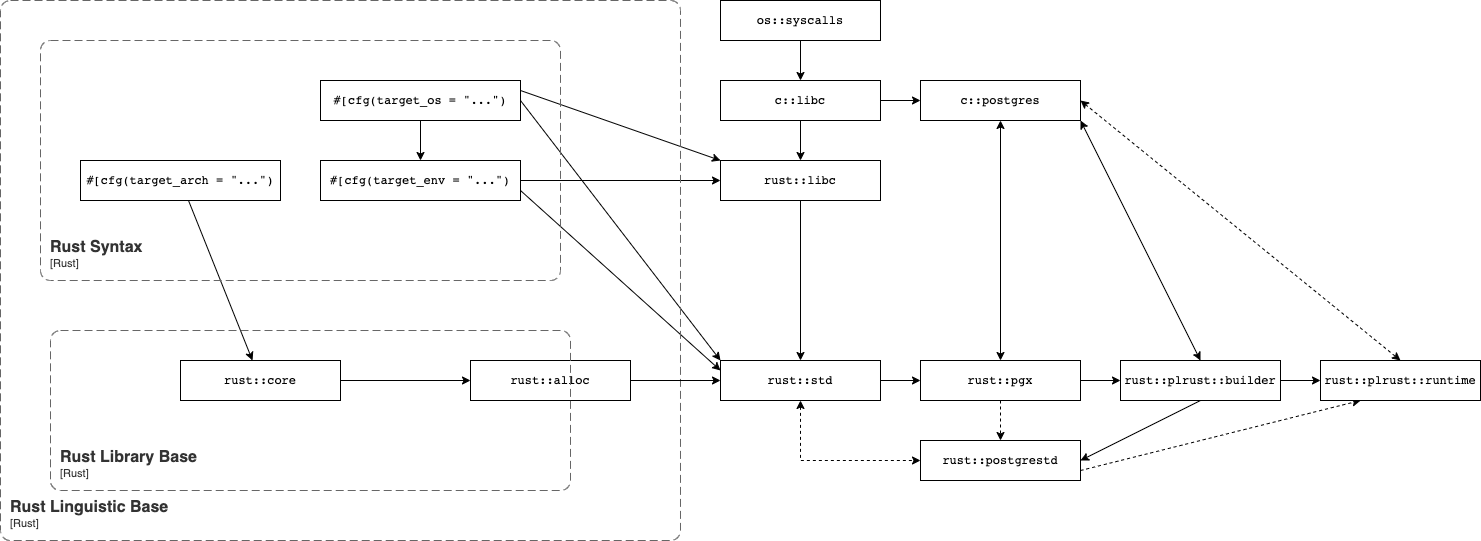
The draw.io diagram doc/assets/architecture_1.png in tcdi/plrust, before a commit. Source tidied: cells renumbered, new cells last; positions are measured from the earlier drawing's top-left corner, leaving out a move shared by most shapes. Source of this version:
```xml
<mxGraphModel>
  <root>
    <mxCell id="0" />
    <mxCell id="1" parent="0" />
    <mxCell id="2" style="rounded=0;jettySize=auto;html=1;" parent="1" edge="1" source="3" target="14">
      <mxGeometry relative="1" as="geometry" />
    </mxCell>
    <mxCell id="3" value="&lt;pre&gt;#[cfg(target_arch = &quot;...&quot;)&lt;/pre&gt;" style="rounded=0;whiteSpace=wrap;html=1;" parent="1" vertex="1">
      <mxGeometry x="80" y="160" width="200" height="40" as="geometry" />
    </mxCell>
    <mxCell id="4" style="edgeStyle=orthogonalEdgeStyle;rounded=0;jettySize=auto;html=1;" parent="1" edge="1" source="7" target="10">
      <mxGeometry relative="1" as="geometry" />
    </mxCell>
    <mxCell id="5" style="rounded=0;jettySize=auto;html=1;exitX=1;exitY=0.25;exitDx=0;exitDy=0;entryX=0;entryY=0;entryDx=0;entryDy=0;" parent="1" edge="1" source="7" target="23">
      <mxGeometry relative="1" as="geometry" />
    </mxCell>
    <mxCell id="6" style="edgeStyle=none;rounded=0;jettySize=auto;html=1;entryX=0;entryY=0;entryDx=0;entryDy=0;exitX=1;exitY=0.5;exitDx=0;exitDy=0;" parent="1" edge="1" source="7" target="26">
      <mxGeometry relative="1" as="geometry" />
    </mxCell>
    <mxCell id="7" value="&lt;pre&gt;#[cfg(target_os = &quot;...&quot;)&lt;/pre&gt;" style="rounded=0;whiteSpace=wrap;html=1;" parent="1" vertex="1">
      <mxGeometry x="320" y="80" width="200" height="40" as="geometry" />
    </mxCell>
    <mxCell id="8" style="edgeStyle=none;rounded=0;jettySize=auto;html=1;" parent="1" edge="1" source="10" target="23">
      <mxGeometry relative="1" as="geometry" />
    </mxCell>
    <mxCell id="9" style="edgeStyle=none;rounded=0;jettySize=auto;html=1;entryX=0;entryY=0.25;entryDx=0;entryDy=0;exitX=1;exitY=0.75;exitDx=0;exitDy=0;" parent="1" edge="1" source="10" target="26">
      <mxGeometry relative="1" as="geometry" />
    </mxCell>
    <mxCell id="10" value="&lt;pre&gt;#[cfg(target_env = &quot;...&quot;)&lt;/pre&gt;" style="rounded=0;whiteSpace=wrap;html=1;" parent="1" vertex="1">
      <mxGeometry x="320" y="160" width="200" height="40" as="geometry" />
    </mxCell>
    <object id="11" label="&lt;font style=&quot;font-size: 16px&quot;&gt;&lt;b&gt;&lt;div style=&quot;text-align: left&quot;&gt;%c4Name%&lt;/div&gt;&lt;/b&gt;&lt;/font&gt;&lt;div style=&quot;text-align: left&quot;&gt;[%c4Application%]&lt;/div&gt;" c4Application="Rust" c4Name="Rust Syntax" c4Type="ContainerScopeBoundary" placeholders="1">
      <mxCell style="rounded=1;fontSize=11;whiteSpace=wrap;html=1;dashed=1;arcSize=20;fillColor=none;strokeColor=#666666;fontColor=#333333;labelBackgroundColor=none;align=left;verticalAlign=bottom;labelBorderColor=none;spacingTop=0;spacing=10;dashPattern=8 4;perimeter=rectanglePerimeter;noLabel=0;labelPadding=0;absoluteArcSize=1;metaData={&quot;c4Type&quot;:{&quot;editable&quot;:false}};" parent="1" vertex="1">
        <mxGeometry x="40" y="40" width="520" height="240" as="geometry" />
      </mxCell>
    </object>
    <object id="12" label="&lt;font style=&quot;font-size: 16px&quot;&gt;&lt;b&gt;&lt;div style=&quot;text-align: left&quot;&gt;%c4Name%&lt;/div&gt;&lt;/b&gt;&lt;/font&gt;&lt;div style=&quot;text-align: left&quot;&gt;[%c4Application%]&lt;/div&gt;" c4Application="Rust" c4Name="Rust Linguistic Base" c4Type="ContainerScopeBoundary" placeholders="1">
      <mxCell style="rounded=1;fontSize=11;whiteSpace=wrap;html=1;dashed=1;arcSize=20;fillColor=none;strokeColor=#666666;fontColor=#333333;labelBackgroundColor=none;align=left;verticalAlign=bottom;labelBorderColor=none;spacingTop=0;spacing=10;dashPattern=8 4;perimeter=rectanglePerimeter;noLabel=0;labelPadding=0;absoluteArcSize=1;metaData={&quot;c4Type&quot;:{&quot;editable&quot;:false}};" parent="1" vertex="1">
        <mxGeometry width="680" height="540" as="geometry" />
      </mxCell>
    </object>
    <mxCell id="13" style="edgeStyle=orthogonalEdgeStyle;rounded=0;jettySize=auto;html=1;" parent="1" edge="1" source="14" target="16">
      <mxGeometry relative="1" as="geometry" />
    </mxCell>
    <mxCell id="14" value="&lt;pre&gt;rust::core&lt;/pre&gt;" style="rounded=0;whiteSpace=wrap;html=1;" parent="1" vertex="1">
      <mxGeometry x="180" y="360" width="160" height="40" as="geometry" />
    </mxCell>
    <mxCell id="15" style="edgeStyle=none;rounded=0;jettySize=auto;html=1;" parent="1" edge="1" source="16" target="26">
      <mxGeometry relative="1" as="geometry" />
    </mxCell>
    <mxCell id="16" value="&lt;pre&gt;rust::alloc&lt;/pre&gt;" style="rounded=0;whiteSpace=wrap;html=1;" parent="1" vertex="1">
      <mxGeometry x="470" y="360" width="160" height="40" as="geometry" />
    </mxCell>
    <mxCell id="17" style="edgeStyle=orthogonalEdgeStyle;rounded=0;jettySize=auto;html=1;" parent="1" edge="1" source="18" target="21">
      <mxGeometry relative="1" as="geometry" />
    </mxCell>
    <mxCell id="18" value="&lt;pre&gt;os::syscalls&lt;/pre&gt;" style="rounded=0;whiteSpace=wrap;html=1;" parent="1" vertex="1">
      <mxGeometry x="720" width="160" height="40" as="geometry" />
    </mxCell>
    <mxCell id="19" style="edgeStyle=orthogonalEdgeStyle;rounded=0;jettySize=auto;html=1;" parent="1" edge="1" source="21" target="23">
      <mxGeometry relative="1" as="geometry" />
    </mxCell>
    <mxCell id="20" style="edgeStyle=none;rounded=0;jettySize=auto;html=1;" parent="1" edge="1" source="21" target="30">
      <mxGeometry relative="1" as="geometry" />
    </mxCell>
    <mxCell id="21" value="&lt;pre&gt;c::libc&lt;/pre&gt;" style="rounded=0;whiteSpace=wrap;html=1;" parent="1" vertex="1">
      <mxGeometry x="720" y="80" width="160" height="40" as="geometry" />
    </mxCell>
    <mxCell id="22" style="edgeStyle=none;rounded=0;jettySize=auto;html=1;" parent="1" edge="1" source="23" target="26">
      <mxGeometry relative="1" as="geometry" />
    </mxCell>
    <mxCell id="23" value="&lt;pre&gt;rust::libc&lt;/pre&gt;" style="rounded=0;whiteSpace=wrap;html=1;" parent="1" vertex="1">
      <mxGeometry x="720" y="160" width="160" height="40" as="geometry" />
    </mxCell>
    <mxCell id="24" style="edgeStyle=none;rounded=0;jettySize=auto;html=1;" parent="1" edge="1" source="26" target="33">
      <mxGeometry relative="1" as="geometry" />
    </mxCell>
    <mxCell id="25" style="edgeStyle=orthogonalEdgeStyle;rounded=0;jettySize=auto;html=1;exitX=0.5;exitY=1;exitDx=0;exitDy=0;entryX=0;entryY=0.5;entryDx=0;entryDy=0;startArrow=classic;startFill=1;dashed=1;" parent="1" edge="1" source="26" target="35">
      <mxGeometry relative="1" as="geometry" />
    </mxCell>
    <mxCell id="26" value="&lt;pre&gt;rust::std&lt;/pre&gt;" style="rounded=0;whiteSpace=wrap;html=1;" parent="1" vertex="1">
      <mxGeometry x="720" y="360" width="160" height="40" as="geometry" />
    </mxCell>
    <mxCell id="27" style="edgeStyle=none;rounded=0;jettySize=auto;html=1;startArrow=classic;startFill=1;" parent="1" edge="1" source="30" target="33">
      <mxGeometry relative="1" as="geometry" />
    </mxCell>
    <mxCell id="28" style="rounded=0;jettySize=auto;html=1;entryX=0.5;entryY=0;entryDx=0;entryDy=0;startArrow=classic;startFill=1;exitX=1;exitY=1;exitDx=0;exitDy=0;" parent="1" edge="1" source="30" target="38">
      <mxGeometry relative="1" as="geometry" />
    </mxCell>
    <mxCell id="29" style="rounded=0;jettySize=auto;html=1;entryX=0.5;entryY=0;entryDx=0;entryDy=0;startArrow=classic;startFill=1;exitX=1;exitY=0.5;exitDx=0;exitDy=0;dashed=1;" parent="1" edge="1" source="30" target="39">
      <mxGeometry relative="1" as="geometry" />
    </mxCell>
    <mxCell id="30" value="&lt;pre&gt;c::postgres&lt;/pre&gt;" style="rounded=0;whiteSpace=wrap;html=1;" parent="1" vertex="1">
      <mxGeometry x="920" y="80" width="160" height="40" as="geometry" />
    </mxCell>
    <mxCell id="31" style="edgeStyle=orthogonalEdgeStyle;rounded=0;jettySize=auto;html=1;dashed=1;exitX=0.5;exitY=1;exitDx=0;exitDy=0;entryX=0.5;entryY=0;entryDx=0;entryDy=0;" parent="1" edge="1" source="33" target="35">
      <mxGeometry relative="1" as="geometry" />
    </mxCell>
    <mxCell id="32" style="edgeStyle=none;rounded=0;jettySize=auto;html=1;startArrow=none;startFill=0;" parent="1" edge="1" source="33" target="38">
      <mxGeometry relative="1" as="geometry" />
    </mxCell>
    <mxCell id="33" value="&lt;pre&gt;rust::pgx&lt;/pre&gt;" style="rounded=0;whiteSpace=wrap;html=1;" parent="1" vertex="1">
      <mxGeometry x="920" y="360" width="160" height="40" as="geometry" />
    </mxCell>
    <mxCell id="34" style="rounded=0;jettySize=auto;html=1;entryX=0.25;entryY=1;entryDx=0;entryDy=0;dashed=1;startArrow=none;startFill=0;exitX=1;exitY=0.75;exitDx=0;exitDy=0;" parent="1" edge="1" source="35" target="39">
      <mxGeometry relative="1" as="geometry" />
    </mxCell>
    <mxCell id="35" value="&lt;pre&gt;rust::postgrestd&lt;/pre&gt;" style="rounded=0;whiteSpace=wrap;html=1;" parent="1" vertex="1">
      <mxGeometry x="920" y="440" width="160" height="40" as="geometry" />
    </mxCell>
    <mxCell id="36" style="edgeStyle=none;rounded=0;jettySize=auto;html=1;entryX=1;entryY=0.5;entryDx=0;entryDy=0;startArrow=none;startFill=0;exitX=0.5;exitY=1;exitDx=0;exitDy=0;" parent="1" edge="1" source="38" target="35">
      <mxGeometry relative="1" as="geometry" />
    </mxCell>
    <mxCell id="37" style="edgeStyle=none;rounded=0;jettySize=auto;html=1;startArrow=none;startFill=0;" parent="1" edge="1" source="38" target="39">
      <mxGeometry relative="1" as="geometry" />
    </mxCell>
    <mxCell id="38" value="&lt;pre&gt;rust::plrust::builder&lt;/pre&gt;" style="rounded=0;whiteSpace=wrap;html=1;" parent="1" vertex="1">
      <mxGeometry x="1120" y="360" width="160" height="40" as="geometry" />
    </mxCell>
    <mxCell id="39" value="&lt;pre&gt;rust::plrust::runtime&lt;/pre&gt;" style="rounded=0;whiteSpace=wrap;html=1;" parent="1" vertex="1">
      <mxGeometry x="1320" y="360" width="160" height="40" as="geometry" />
    </mxCell>
    <object id="40" label="&lt;font style=&quot;font-size: 16px&quot;&gt;&lt;b&gt;&lt;div style=&quot;text-align: left&quot;&gt;%c4Name%&lt;/div&gt;&lt;/b&gt;&lt;/font&gt;&lt;div style=&quot;text-align: left&quot;&gt;[%c4Application%]&lt;/div&gt;" c4Application="Rust" c4Name="Rust Library Base" c4Type="ContainerScopeBoundary" placeholders="1">
      <mxCell style="rounded=1;fontSize=11;whiteSpace=wrap;html=1;dashed=1;arcSize=20;fillColor=none;strokeColor=#666666;fontColor=#333333;labelBackgroundColor=none;align=left;verticalAlign=bottom;labelBorderColor=none;spacingTop=0;spacing=10;dashPattern=8 4;perimeter=rectanglePerimeter;noLabel=0;labelPadding=0;absoluteArcSize=1;metaData={&quot;c4Type&quot;:{&quot;editable&quot;:false}};" parent="1" vertex="1">
        <mxGeometry x="50" y="330" width="520" height="160" as="geometry" />
      </mxCell>
    </object>
  </root>
</mxGraphModel>
```
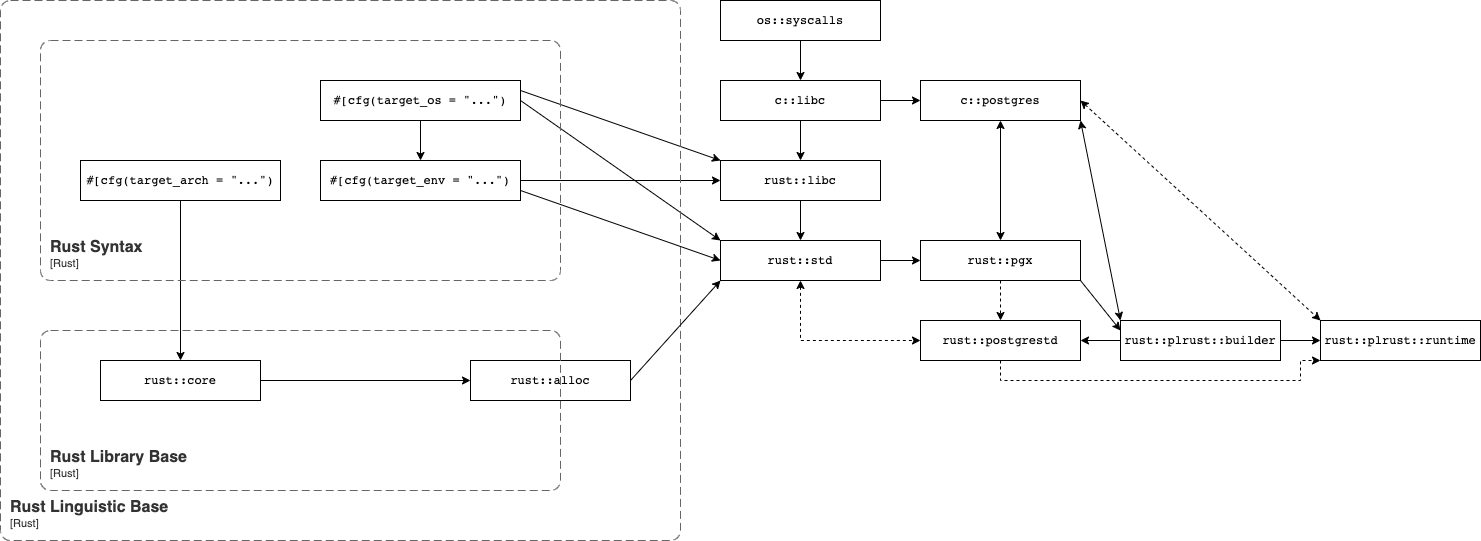
Above is the later version.

Diff of the diagram source:
```diff
@@ -23,7 +23,7 @@
     <mxCell id="8" style="edgeStyle=none;rounded=0;jettySize=auto;html=1;" parent="1" edge="1" source="10" target="23">
       <mxGeometry relative="1" as="geometry" />
     </mxCell>
-    <mxCell id="9" style="edgeStyle=none;rounded=0;jettySize=auto;html=1;entryX=0;entryY=0.25;entryDx=0;entryDy=0;exitX=1;exitY=0.75;exitDx=0;exitDy=0;" parent="1" edge="1" source="10" target="26">
+    <mxCell id="9" style="edgeStyle=none;rounded=0;jettySize=auto;html=1;entryX=0;entryY=0.5;entryDx=0;entryDy=0;exitX=1;exitY=0.75;exitDx=0;exitDy=0;" parent="1" edge="1" source="10" target="26">
       <mxGeometry relative="1" as="geometry" />
     </mxCell>
     <mxCell id="10" value="&lt;pre&gt;#[cfg(target_env = &quot;...&quot;)&lt;/pre&gt;" style="rounded=0;whiteSpace=wrap;html=1;" parent="1" vertex="1">
@@ -43,9 +43,9 @@
       <mxGeometry relative="1" as="geometry" />
     </mxCell>
     <mxCell id="14" value="&lt;pre&gt;rust::core&lt;/pre&gt;" style="rounded=0;whiteSpace=wrap;html=1;" parent="1" vertex="1">
-      <mxGeometry x="180" y="360" width="160" height="40" as="geometry" />
+      <mxGeometry x="100" y="360" width="160" height="40" as="geometry" />
     </mxCell>
-    <mxCell id="15" style="edgeStyle=none;rounded=0;jettySize=auto;html=1;" parent="1" edge="1" source="16" target="26">
+    <mxCell id="15" style="edgeStyle=none;rounded=0;jettySize=auto;html=1;entryX=0;entryY=1;entryDx=0;entryDy=0;exitX=1;exitY=0.5;exitDx=0;exitDy=0;" parent="1" edge="1" source="16" target="26">
       <mxGeometry relative="1" as="geometry" />
     </mxCell>
     <mxCell id="16" value="&lt;pre&gt;rust::alloc&lt;/pre&gt;" style="rounded=0;whiteSpace=wrap;html=1;" parent="1" vertex="1">
@@ -72,57 +72,63 @@
     <mxCell id="23" value="&lt;pre&gt;rust::libc&lt;/pre&gt;" style="rounded=0;whiteSpace=wrap;html=1;" parent="1" vertex="1">
       <mxGeometry x="720" y="160" width="160" height="40" as="geometry" />
     </mxCell>
-    <mxCell id="24" style="edgeStyle=none;rounded=0;jettySize=auto;html=1;" parent="1" edge="1" source="26" target="33">
+    <mxCell id="24" style="rounded=0;jettySize=auto;html=1;exitX=1;exitY=0.5;exitDx=0;exitDy=0;entryX=0;entryY=0.5;entryDx=0;entryDy=0;" parent="1" edge="1" source="26" target="33">
       <mxGeometry relative="1" as="geometry" />
     </mxCell>
     <mxCell id="25" style="edgeStyle=orthogonalEdgeStyle;rounded=0;jettySize=auto;html=1;exitX=0.5;exitY=1;exitDx=0;exitDy=0;entryX=0;entryY=0.5;entryDx=0;entryDy=0;startArrow=classic;startFill=1;dashed=1;" parent="1" edge="1" source="26" target="35">
       <mxGeometry relative="1" as="geometry" />
     </mxCell>
     <mxCell id="26" value="&lt;pre&gt;rust::std&lt;/pre&gt;" style="rounded=0;whiteSpace=wrap;html=1;" parent="1" vertex="1">
-      <mxGeometry x="720" y="360" width="160" height="40" as="geometry" />
+      <mxGeometry x="720" y="240" width="160" height="40" as="geometry" />
     </mxCell>
     <mxCell id="27" style="edgeStyle=none;rounded=0;jettySize=auto;html=1;startArrow=classic;startFill=1;" parent="1" edge="1" source="30" target="33">
       <mxGeometry relative="1" as="geometry" />
     </mxCell>
-    <mxCell id="28" style="rounded=0;jettySize=auto;html=1;entryX=0.5;entryY=0;entryDx=0;entryDy=0;startArrow=classic;startFill=1;exitX=1;exitY=1;exitDx=0;exitDy=0;" parent="1" edge="1" source="30" target="38">
+    <mxCell id="28" style="rounded=0;jettySize=auto;html=1;entryX=0;entryY=0;entryDx=0;entryDy=0;startArrow=classic;startFill=1;exitX=1;exitY=1;exitDx=0;exitDy=0;" parent="1" edge="1" source="30" target="38">
       <mxGeometry relative="1" as="geometry" />
     </mxCell>
-    <mxCell id="29" style="rounded=0;jettySize=auto;html=1;entryX=0.5;entryY=0;entryDx=0;entryDy=0;startArrow=classic;startFill=1;exitX=1;exitY=0.5;exitDx=0;exitDy=0;dashed=1;" parent="1" edge="1" source="30" target="39">
+    <mxCell id="29" style="rounded=0;jettySize=auto;html=1;entryX=0;entryY=0;entryDx=0;entryDy=0;startArrow=classic;startFill=1;exitX=1;exitY=0.5;exitDx=0;exitDy=0;dashed=1;" parent="1" edge="1" source="30" target="39">
       <mxGeometry relative="1" as="geometry" />
     </mxCell>
     <mxCell id="30" value="&lt;pre&gt;c::postgres&lt;/pre&gt;" style="rounded=0;whiteSpace=wrap;html=1;" parent="1" vertex="1">
       <mxGeometry x="920" y="80" width="160" height="40" as="geometry" />
     </mxCell>
-    <mxCell id="31" style="edgeStyle=orthogonalEdgeStyle;rounded=0;jettySize=auto;html=1;dashed=1;exitX=0.5;exitY=1;exitDx=0;exitDy=0;entryX=0.5;entryY=0;entryDx=0;entryDy=0;" parent="1" edge="1" source="33" target="35">
+    <mxCell id="31" style="rounded=0;jettySize=auto;html=1;dashed=1;exitX=0.5;exitY=1;exitDx=0;exitDy=0;entryX=0.5;entryY=0;entryDx=0;entryDy=0;" parent="1" edge="1" source="33" target="35">
       <mxGeometry relative="1" as="geometry" />
     </mxCell>
-    <mxCell id="32" style="edgeStyle=none;rounded=0;jettySize=auto;html=1;startArrow=none;startFill=0;" parent="1" edge="1" source="33" target="38">
+    <mxCell id="32" style="edgeStyle=none;rounded=0;jettySize=auto;html=1;startArrow=none;startFill=0;entryX=0;entryY=0.25;entryDx=0;entryDy=0;exitX=1;exitY=1;exitDx=0;exitDy=0;" parent="1" edge="1" source="33" target="38">
       <mxGeometry relative="1" as="geometry" />
     </mxCell>
     <mxCell id="33" value="&lt;pre&gt;rust::pgx&lt;/pre&gt;" style="rounded=0;whiteSpace=wrap;html=1;" parent="1" vertex="1">
-      <mxGeometry x="920" y="360" width="160" height="40" as="geometry" />
+      <mxGeometry x="920" y="240" width="160" height="40" as="geometry" />
     </mxCell>
-    <mxCell id="34" style="rounded=0;jettySize=auto;html=1;entryX=0.25;entryY=1;entryDx=0;entryDy=0;dashed=1;startArrow=none;startFill=0;exitX=1;exitY=0.75;exitDx=0;exitDy=0;" parent="1" edge="1" source="35" target="39">
-      <mxGeometry relative="1" as="geometry" />
+    <mxCell id="34" style="rounded=0;jettySize=auto;html=1;entryX=0;entryY=1;entryDx=0;entryDy=0;dashed=1;startArrow=none;startFill=0;exitX=0.5;exitY=1;exitDx=0;exitDy=0;edgeStyle=orthogonalEdgeStyle;" parent="1" edge="1" source="35" target="39">
+      <mxGeometry relative="1" as="geometry">
+        <Array as="points">
+          <mxPoint x="1000" y="380" />
+          <mxPoint x="1300" y="380" />
+          <mxPoint x="1300" y="360" />
+        </Array>
+      </mxGeometry>
     </mxCell>
     <mxCell id="35" value="&lt;pre&gt;rust::postgrestd&lt;/pre&gt;" style="rounded=0;whiteSpace=wrap;html=1;" parent="1" vertex="1">
-      <mxGeometry x="920" y="440" width="160" height="40" as="geometry" />
+      <mxGeometry x="920" y="320" width="160" height="40" as="geometry" />
     </mxCell>
-    <mxCell id="36" style="edgeStyle=none;rounded=0;jettySize=auto;html=1;entryX=1;entryY=0.5;entryDx=0;entryDy=0;startArrow=none;startFill=0;exitX=0.5;exitY=1;exitDx=0;exitDy=0;" parent="1" edge="1" source="38" target="35">
+    <mxCell id="36" style="edgeStyle=none;rounded=0;jettySize=auto;html=1;entryX=1;entryY=0.5;entryDx=0;entryDy=0;startArrow=none;startFill=0;exitX=0;exitY=0.5;exitDx=0;exitDy=0;" parent="1" edge="1" source="38" target="35">
       <mxGeometry relative="1" as="geometry" />
     </mxCell>
-    <mxCell id="37" style="edgeStyle=none;rounded=0;jettySize=auto;html=1;startArrow=none;startFill=0;" parent="1" edge="1" source="38" target="39">
+    <mxCell id="37" style="edgeStyle=none;rounded=0;jettySize=auto;html=1;startArrow=none;startFill=0;exitX=1;exitY=0.5;exitDx=0;exitDy=0;" parent="1" edge="1" source="38" target="39">
       <mxGeometry relative="1" as="geometry" />
     </mxCell>
     <mxCell id="38" value="&lt;pre&gt;rust::plrust::builder&lt;/pre&gt;" style="rounded=0;whiteSpace=wrap;html=1;" parent="1" vertex="1">
-      <mxGeometry x="1120" y="360" width="160" height="40" as="geometry" />
+      <mxGeometry x="1120" y="320" width="160" height="40" as="geometry" />
     </mxCell>
     <mxCell id="39" value="&lt;pre&gt;rust::plrust::runtime&lt;/pre&gt;" style="rounded=0;whiteSpace=wrap;html=1;" parent="1" vertex="1">
-      <mxGeometry x="1320" y="360" width="160" height="40" as="geometry" />
+      <mxGeometry x="1320" y="320" width="160" height="40" as="geometry" />
     </mxCell>
     <object id="40" label="&lt;font style=&quot;font-size: 16px&quot;&gt;&lt;b&gt;&lt;div style=&quot;text-align: left&quot;&gt;%c4Name%&lt;/div&gt;&lt;/b&gt;&lt;/font&gt;&lt;div style=&quot;text-align: left&quot;&gt;[%c4Application%]&lt;/div&gt;" c4Application="Rust" c4Name="Rust Library Base" c4Type="ContainerScopeBoundary" placeholders="1">
       <mxCell style="rounded=1;fontSize=11;whiteSpace=wrap;html=1;dashed=1;arcSize=20;fillColor=none;strokeColor=#666666;fontColor=#333333;labelBackgroundColor=none;align=left;verticalAlign=bottom;labelBorderColor=none;spacingTop=0;spacing=10;dashPattern=8 4;perimeter=rectanglePerimeter;noLabel=0;labelPadding=0;absoluteArcSize=1;metaData={&quot;c4Type&quot;:{&quot;editable&quot;:false}};" parent="1" vertex="1">
-        <mxGeometry x="50" y="330" width="520" height="160" as="geometry" />
+        <mxGeometry x="40" y="330" width="520" height="160" as="geometry" />
       </mxCell>
     </object>
   </root>
```
